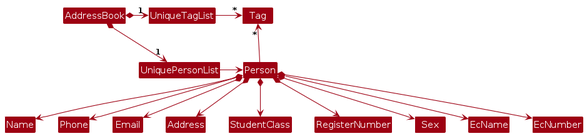
Above: diagrams/BetterModelClassDiagram.png in AY2425S1-CS2103-F12-4/tp (PlantUML), before the change. Its source is kept beside it as diagrams/BetterModelClassDiagram.puml.
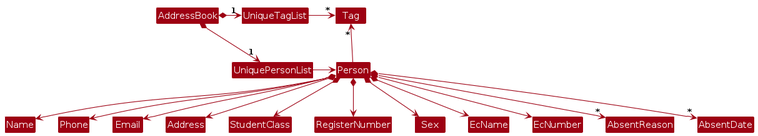
Later version of the same file.

Diff of the diagram source:
```diff
@@ -23,4 +23,6 @@
 Person *--> Sex
 Person *--> EcName
 Person *--> EcNumber
+Person *--> "*" AbsentReason
+Person *--> "*" AbsentDate
 @enduml
```
